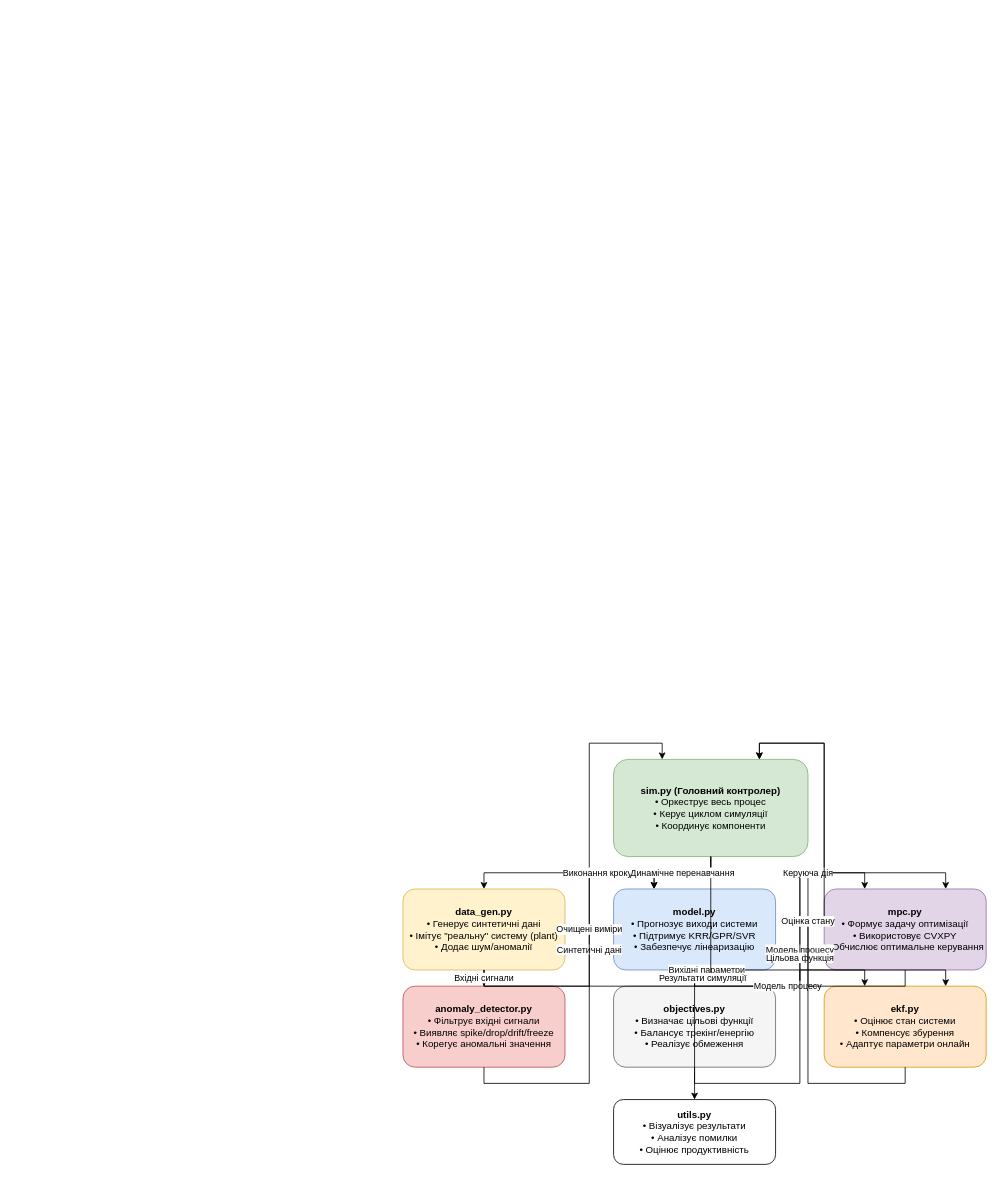
Before: Img/drawio/block.drawio in wooiko/KModel, a draw.io diagram. Source tidied: cells renumbered, new cells numbered last; positions are measured from the earlier drawing's top-left corner, leaving out a move shared by most shapes. Both pictures are drawn from the tidied source at 81%, with x=0, y=0 at pixel (403, 759).
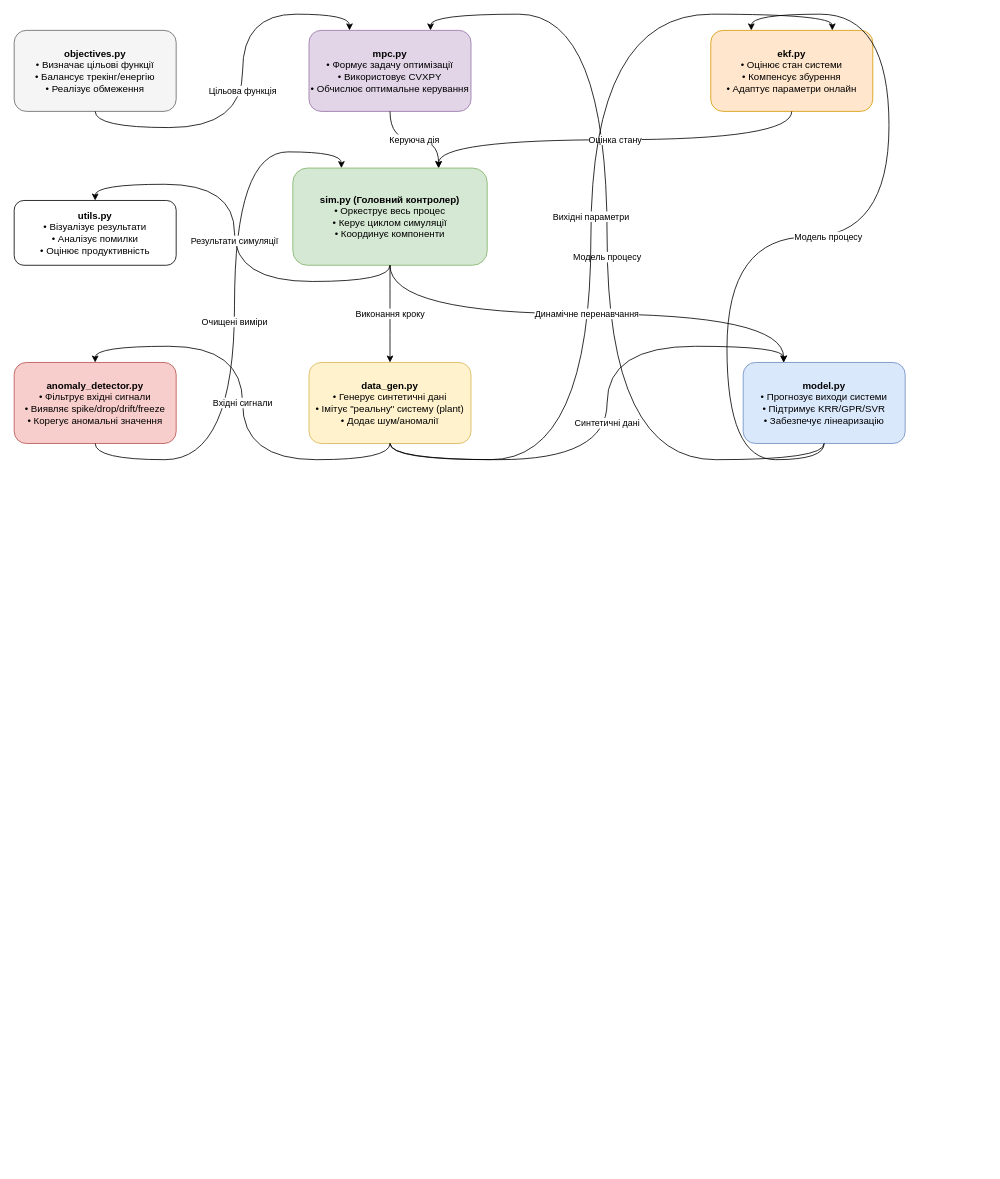
After the change.

What changed in the source:
```diff
@@
     <mxCell id="2" value="&lt;b&gt;sim.py (Головний контролер)&lt;/b&gt;&lt;br&gt;• Оркеструє весь процес&lt;br&gt;• Керує циклом симуляції&lt;br&gt;• Координує компоненти" style="rounded=1;whiteSpace=wrap;html=1;fillColor=#d5e8d4;strokeColor=#82b366;" parent="1" vertex="1">
-      <mxGeometry x="260" width="240" height="120" as="geometry" />
+      <mxGeometry x="-136" y="-730" width="240" height="120" as="geometry" />
     </mxCell>
     <mxCell id="3" value="&lt;b&gt;data_gen.py&lt;/b&gt;&lt;br&gt;• Генерує синтетичні дані&lt;br&gt;• Імітує &amp;quot;реальну&amp;quot; систему (plant)&lt;br&gt;• Додає шум/аномалії" style="rounded=1;whiteSpace=wrap;html=1;fillColor=#fff2cc;strokeColor=#d6b656;" parent="1" vertex="1">
-      <mxGeometry y="160" width="200" height="100" as="geometry" />
+      <mxGeometry x="-116" y="-490" width="200" height="100" as="geometry" />
     </mxCell>
     <mxCell id="4" value="&lt;b&gt;anomaly_detector.py&lt;/b&gt;&lt;br&gt;• Фільтрує вхідні сигнали&lt;br&gt;• Виявляє spike/drop/drift/freeze&lt;br&gt;• Корегує аномальні значення" style="rounded=1;whiteSpace=wrap;html=1;fillColor=#f8cecc;strokeColor=#b85450;" parent="1" vertex="1">
-      <mxGeometry y="280" width="200" height="100" as="geometry" />
+      <mxGeometry x="-480" y="-490" width="200" height="100" as="geometry" />
     </mxCell>
     <mxCell id="5" value="&lt;b&gt;model.py&lt;/b&gt;&lt;br&gt;• Прогнозує виходи системи&lt;br&gt;• Підтримує KRR/GPR/SVR&lt;br&gt;• Забезпечує лінеаризацію" style="rounded=1;whiteSpace=wrap;html=1;fillColor=#dae8fc;strokeColor=#6c8ebf;" parent="1" vertex="1">
-      <mxGeometry x="260" y="160" width="200" height="100" as="geometry" />
+      <mxGeometry x="420" y="-490" width="200" height="100" as="geometry" />
     </mxCell>
     <mxCell id="6" value="&lt;b&gt;mpc.py&lt;/b&gt;&lt;br&gt;• Формує задачу оптимізації&lt;br&gt;• Використовує CVXPY&lt;br&gt;• Обчислює оптимальне керування" style="rounded=1;whiteSpace=wrap;html=1;fillColor=#e1d5e7;strokeColor=#9673a6;" parent="1" vertex="1">
-      <mxGeometry x="520" y="160" width="200" height="100" as="geometry" />
+      <mxGeometry x="-116" y="-900" width="200" height="100" as="geometry" />
     </mxCell>
     <mxCell id="7" value="&lt;b&gt;ekf.py&lt;/b&gt;&lt;br&gt;• Оцінює стан системи&lt;br&gt;• Компенсує збурення&lt;br&gt;• Адаптує параметри онлайн" style="rounded=1;whiteSpace=wrap;html=1;fillColor=#ffe6cc;strokeColor=#d79b00;" parent="1" vertex="1">
-      <mxGeometry x="520" y="280" width="200" height="100" as="geometry" />
+      <mxGeometry x="380" y="-900" width="200" height="100" as="geometry" />
     </mxCell>
     <mxCell id="8" value="&lt;b&gt;objectives.py&lt;/b&gt;&lt;br&gt;• Визначає цільові функції&lt;br&gt;• Балансує трекінг/енергію&lt;br&gt;• Реалізує обмеження" style="rounded=1;whiteSpace=wrap;html=1;fillColor=#f5f5f5;strokeColor=#666666;" parent="1" vertex="1">
-      <mxGeometry x="260" y="280" width="200" height="100" as="geometry" />
+      <mxGeometry x="-480" y="-900" width="200" height="100" as="geometry" />
     </mxCell>
     <mxCell id="9" value="&lt;b&gt;utils.py&lt;/b&gt;&lt;br&gt;• Візуалізує результати&lt;br&gt;• Аналізує помилки&lt;br&gt;• Оцінює продуктивність" style="rounded=1;whiteSpace=wrap;html=1;fillColor=#ffffff;strokeColor=#000000;" parent="1" vertex="1">
-      <mxGeometry x="260" y="420" width="200" height="80" as="geometry" />
+      <mxGeometry x="-480" y="-690" width="200" height="80" as="geometry" />
     </mxCell>
-    <mxCell id="10" value="Синтетичні дані" style="edgeStyle=orthogonalEdgeStyle;rounded=0;jettySize=auto;html=1;exitX=0.5;exitY=1;exitDx=0;exitDy=0;entryX=0.25;entryY=0;entryDx=0;entryDy=0;" parent="1" edge="1" source="3" target="5">
+    <mxCell id="10" value="Синтетичні дані" style="edgeStyle=orthogonalEdgeStyle;rounded=0;jettySize=auto;html=1;exitX=0.5;exitY=1;exitDx=0;exitDy=0;entryX=0.25;entryY=0;entryDx=0;entryDy=0;curved=1;" parent="1" edge="1" source="3" target="5">
       <mxGeometry relative="1" as="geometry" />
     </mxCell>
-    <mxCell id="11" value="Модель процесу" style="edgeStyle=orthogonalEdgeStyle;rounded=0;jettySize=auto;html=1;exitX=0.5;exitY=1;exitDx=0;exitDy=0;entryX=0.25;entryY=0;entryDx=0;entryDy=0;" parent="1" edge="1" source="5" target="6">
+    <mxCell id="11" value="Модель процесу" style="edgeStyle=orthogonalEdgeStyle;rounded=0;jettySize=auto;html=1;exitX=0.5;exitY=1;exitDx=0;exitDy=0;entryX=0.75;entryY=0;entryDx=0;entryDy=0;curved=1;" parent="1" edge="1" source="5" target="6">
       <mxGeometry relative="1" as="geometry" />
     </mxCell>
-    <mxCell id="12" value="Модель процесу" style="edgeStyle=orthogonalEdgeStyle;rounded=0;jettySize=auto;html=1;exitX=0.5;exitY=1;exitDx=0;exitDy=0;entryX=0.25;entryY=0;entryDx=0;entryDy=0;" parent="1" edge="1" source="5" target="7">
+    <mxCell id="12" value="Модель процесу" style="edgeStyle=orthogonalEdgeStyle;rounded=0;jettySize=auto;html=1;exitX=0.5;exitY=1;exitDx=0;exitDy=0;entryX=0.25;entryY=0;entryDx=0;entryDy=0;curved=1;" parent="1" edge="1" source="5" target="7">
       <mxGeometry relative="1" as="geometry" />
     </mxCell>
-    <mxCell id="13" value="Цільова функція" style="edgeStyle=orthogonalEdgeStyle;rounded=0;jettySize=auto;html=1;exitX=0.5;exitY=1;exitDx=0;exitDy=0;entryX=0.75;entryY=0;entryDx=0;entryDy=0;" parent="1" edge="1" source="8" target="6">
+    <mxCell id="13" value="Цільова функція" style="edgeStyle=orthogonalEdgeStyle;rounded=0;jettySize=auto;html=1;exitX=0.5;exitY=1;exitDx=0;exitDy=0;entryX=0.25;entryY=0;entryDx=0;entryDy=0;curved=1;" parent="1" edge="1" source="8" target="6">
       <mxGeometry relative="1" as="geometry" />
     </mxCell>
-    <mxCell id="14" value="Очищені виміри" style="edgeStyle=orthogonalEdgeStyle;rounded=0;jettySize=auto;html=1;exitX=0.5;exitY=1;exitDx=0;exitDy=0;entryX=0.25;entryY=0;entryDx=0;entryDy=0;" parent="1" edge="1" source="4" target="2">
+    <mxCell id="14" value="Очищені виміри" style="edgeStyle=orthogonalEdgeStyle;rounded=0;jettySize=auto;html=1;exitX=0.5;exitY=1;exitDx=0;exitDy=0;entryX=0.25;entryY=0;entryDx=0;entryDy=0;curved=1;" parent="1" edge="1" source="4" target="2">
       <mxGeometry relative="1" as="geometry" />
     </mxCell>
-    <mxCell id="15" value="Керуюча дія" style="edgeStyle=orthogonalEdgeStyle;rounded=0;jettySize=auto;html=1;exitX=0.5;exitY=1;exitDx=0;exitDy=0;entryX=0.75;entryY=0;entryDx=0;entryDy=0;" parent="1" edge="1" source="6" target="2">
+    <mxCell id="15" value="Керуюча дія" style="edgeStyle=orthogonalEdgeStyle;rounded=0;jettySize=auto;html=1;exitX=0.5;exitY=1;exitDx=0;exitDy=0;entryX=0.75;entryY=0;entryDx=0;entryDy=0;curved=1;" parent="1" edge="1" source="6" target="2">
       <mxGeometry relative="1" as="geometry" />
     </mxCell>
-    <mxCell id="16" value="Оцінка стану" style="edgeStyle=orthogonalEdgeStyle;rounded=0;jettySize=auto;html=1;exitX=0.5;exitY=1;exitDx=0;exitDy=0;entryX=0.75;entryY=0;entryDx=0;entryDy=0;" parent="1" edge="1" source="7" target="2">
+    <mxCell id="16" value="Оцінка стану" style="edgeStyle=orthogonalEdgeStyle;rounded=0;jettySize=auto;html=1;exitX=0.5;exitY=1;exitDx=0;exitDy=0;entryX=0.75;entryY=0;entryDx=0;entryDy=0;curved=1;" parent="1" edge="1" source="7" target="2">
       <mxGeometry relative="1" as="geometry" />
     </mxCell>
-    <mxCell id="17" value="Виконання кроку" style="edgeStyle=orthogonalEdgeStyle;rounded=0;jettySize=auto;html=1;exitX=0.5;exitY=1;exitDx=0;exitDy=0;entryX=0.5;entryY=0;entryDx=0;entryDy=0;" parent="1" edge="1" source="2" target="3">
+    <mxCell id="17" value="Виконання кроку" style="edgeStyle=orthogonalEdgeStyle;rounded=0;jettySize=auto;html=1;exitX=0.5;exitY=1;exitDx=0;exitDy=0;entryX=0.5;entryY=0;entryDx=0;entryDy=0;curved=1;" parent="1" edge="1" source="2" target="3">
       <mxGeometry relative="1" as="geometry" />
     </mxCell>
-    <mxCell id="18" value="Вихідні параметри" style="edgeStyle=orthogonalEdgeStyle;rounded=0;jettySize=auto;html=1;exitX=0.5;exitY=1;exitDx=0;exitDy=0;entryX=0.75;entryY=0;entryDx=0;entryDy=0;" parent="1" edge="1" source="3" target="7">
+    <mxCell id="18" value="Вихідні параметри" style="edgeStyle=orthogonalEdgeStyle;rounded=0;jettySize=auto;html=1;exitX=0.5;exitY=1;exitDx=0;exitDy=0;entryX=0.75;entryY=0;entryDx=0;entryDy=0;curved=1;" parent="1" edge="1" source="3" target="7">
       <mxGeometry relative="1" as="geometry" />
     </mxCell>
-    <mxCell id="19" value="Результати симуляції" style="edgeStyle=orthogonalEdgeStyle;rounded=0;jettySize=auto;html=1;exitX=0.5;exitY=1;exitDx=0;exitDy=0;entryX=0.5;entryY=0;entryDx=0;entryDy=0;" parent="1" edge="1" source="2" target="9">
+    <mxCell id="19" value="Результати симуляції" style="edgeStyle=orthogonalEdgeStyle;rounded=0;jettySize=auto;html=1;exitX=0.5;exitY=1;exitDx=0;exitDy=0;entryX=0.5;entryY=0;entryDx=0;entryDy=0;curved=1;" parent="1" edge="1" source="2" target="9">
       <mxGeometry relative="1" as="geometry" />
     </mxCell>
-    <mxCell id="20" value="Динамічне перенавчання" style="edgeStyle=orthogonalEdgeStyle;rounded=0;jettySize=auto;html=1;exitX=0.5;exitY=1;exitDx=0;exitDy=0;entryX=0.25;entryY=0;entryDx=0;entryDy=0;" parent="1" edge="1" source="2" target="5">
+    <mxCell id="20" value="Динамічне перенавчання" style="edgeStyle=orthogonalEdgeStyle;rounded=0;jettySize=auto;html=1;exitX=0.5;exitY=1;exitDx=0;exitDy=0;entryX=0.25;entryY=0;entryDx=0;entryDy=0;curved=1;" parent="1" edge="1" source="2" target="5">
       <mxGeometry relative="1" as="geometry" />
     </mxCell>
-    <mxCell id="21" value="Вхідні сигнали" style="edgeStyle=orthogonalEdgeStyle;rounded=0;jettySize=auto;html=1;exitX=0.5;exitY=1;exitDx=0;exitDy=0;entryX=0.5;entryY=0;entryDx=0;entryDy=0;" parent="1" edge="1" source="3" target="4">
+    <mxCell id="21" value="Вхідні сигнали" style="edgeStyle=orthogonalEdgeStyle;rounded=0;jettySize=auto;html=1;exitX=0.5;exitY=1;exitDx=0;exitDy=0;entryX=0.5;entryY=0;entryDx=0;entryDy=0;curved=1;" parent="1" edge="1" source="3" target="4">
       <mxGeometry relative="1" as="geometry" />
     </mxCell>
```
